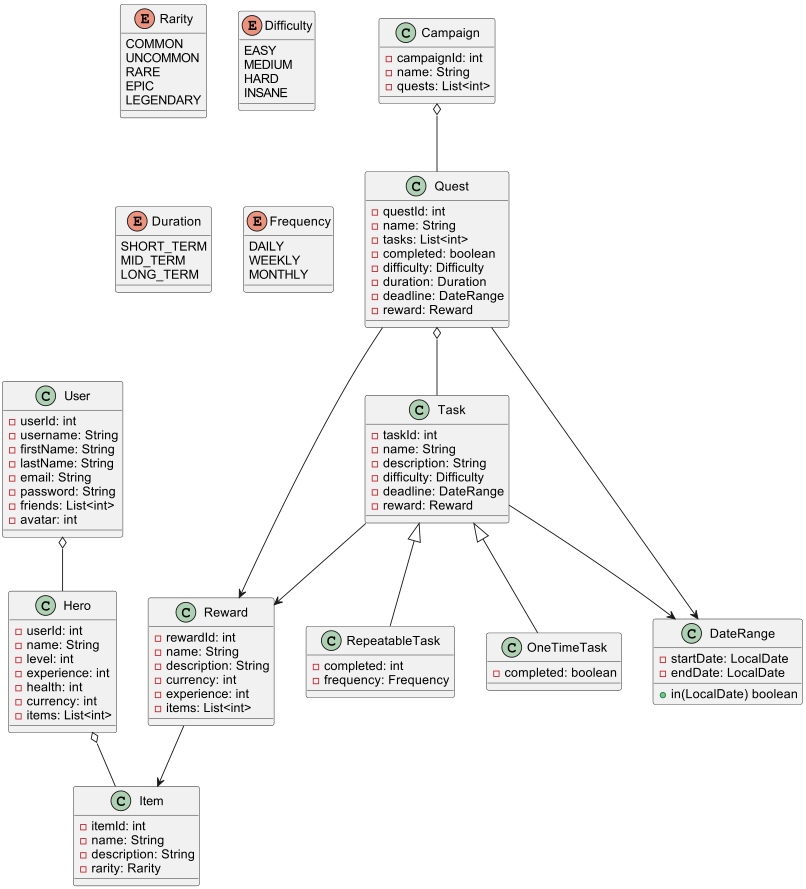
Earlier version of the PlantUML export project_documents/images/CD.png (ljwhitt83/lbcProject). Its source is kept beside it as project_documents/CD.puml.
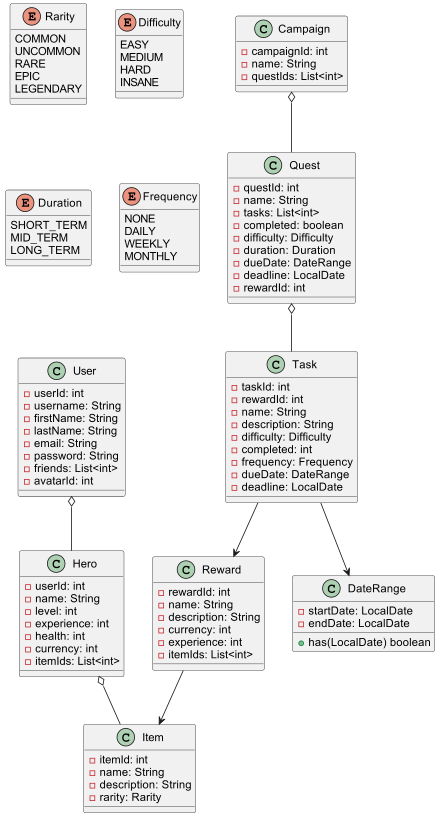
After the commit.

The edit, as a diff of the source:
```diff
@@ -7,8 +7,8 @@
     -lastName: String
     -email: String
     -password: String
-    -friends: List<int>
-    -avatar: int
+    -friendIds: List<int>
+    -avatarId: int
 }
 
 class Hero {
@@ -18,7 +18,7 @@
     -experience: int
     -health: int
     -currency: int
-    -items: List<int>
+    -itemIds: List<int>
 }
 
 class Task {
@@ -26,34 +26,29 @@
     -name: String
     -description: String
     -difficulty: Difficulty
-    -deadline: DateRange
-    -reward: Reward
-}
-
-class RepeatableTask {
     -completed: int
     -frequency: Frequency
-}
-
-class OneTimeTask {
-    -completed: boolean
+    -dueDate: DateRange
+    -deadline: LocalDate
+    -rewardId: int
 }
 
 class Quest {
     -questId: int
     -name: String
-    -tasks: List<int>
+    -taskIds: List<int>
     -completed: boolean
     -difficulty: Difficulty
     -duration: Duration
-    -deadline: DateRange
-    -reward: Reward
+    -dueDate: DateRange
+    -deadline: LocalDate
+    -rewardId: int
 }
 
 class Campaign {
     -campaignId: int
     -name: String
-    -quests: List<int>
+    -questIds: List<int>
 }
 
 class Item {
@@ -69,7 +64,7 @@
     -description: String
     -currency: int
     -experience: int
-    -items: List<int>
+    -itemIds: List<int>
 }
 
 enum Rarity {
@@ -94,6 +89,7 @@
 }
 
 enum Frequency {
+    NONE
     DAILY
     WEEKLY
     MONTHLY
@@ -102,7 +98,7 @@
 class DateRange {
     -startDate: LocalDate
     -endDate: LocalDate
-    +in(LocalDate) boolean
+    +has(LocalDate) boolean
 }
 
 Campaign o-- Quest
@@ -110,11 +106,6 @@
 
 Task --> Reward
 Task --> DateRange
-Task <|-- RepeatableTask
-Task <|-- OneTimeTask
-
-Quest --> DateRange
-Quest --> Reward
 
 User o-- Hero
 Hero o-- Item
```
